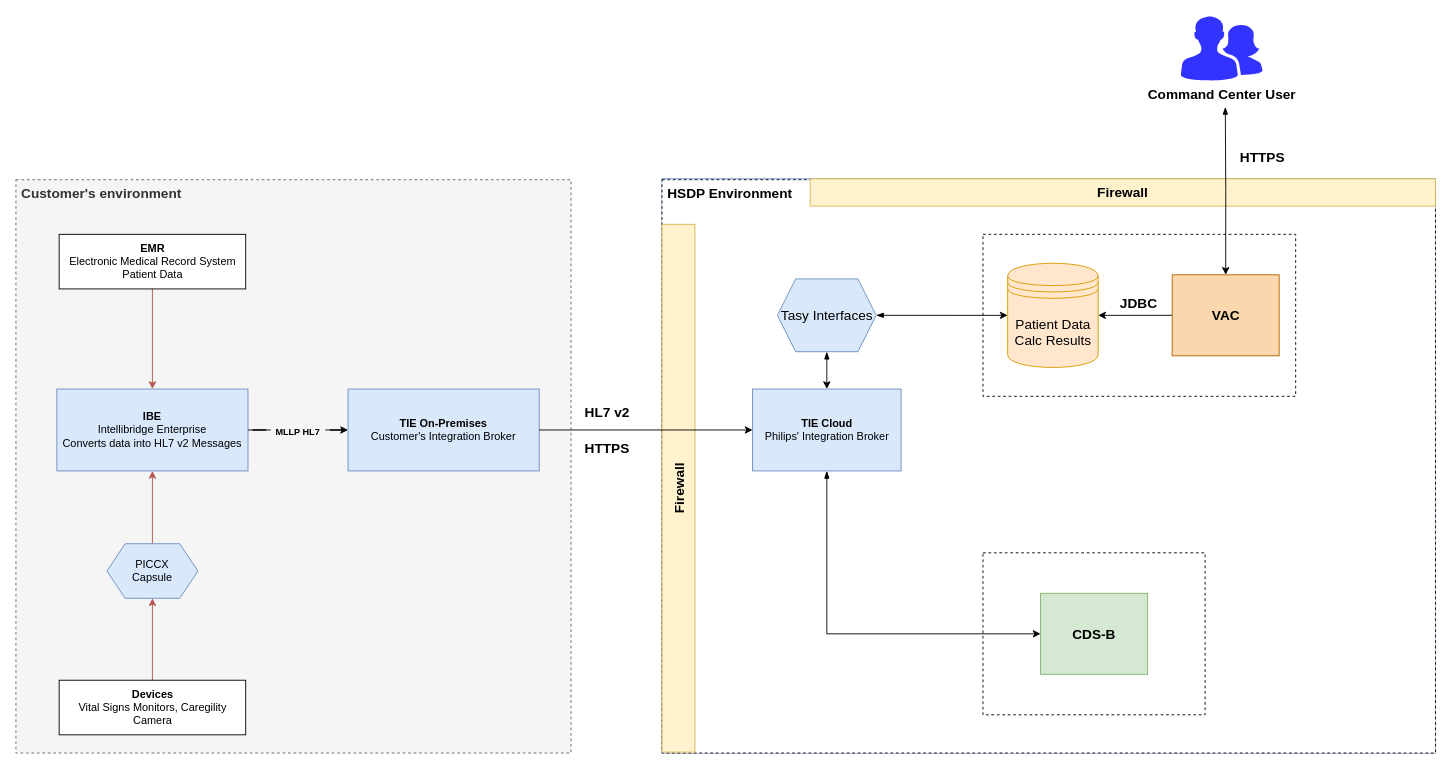
Earlier version of the draw.io diagram VAC_Data_Flow.drawio (ez-philips/draw_io_diagrams). Source tidied: cells renumbered, new cells numbered last; positions are measured from the earlier drawing's top-left corner, leaving out a move shared by most shapes. Both pictures are drawn from the tidied source at 91%, with x=0, y=0 at pixel (15, 15).
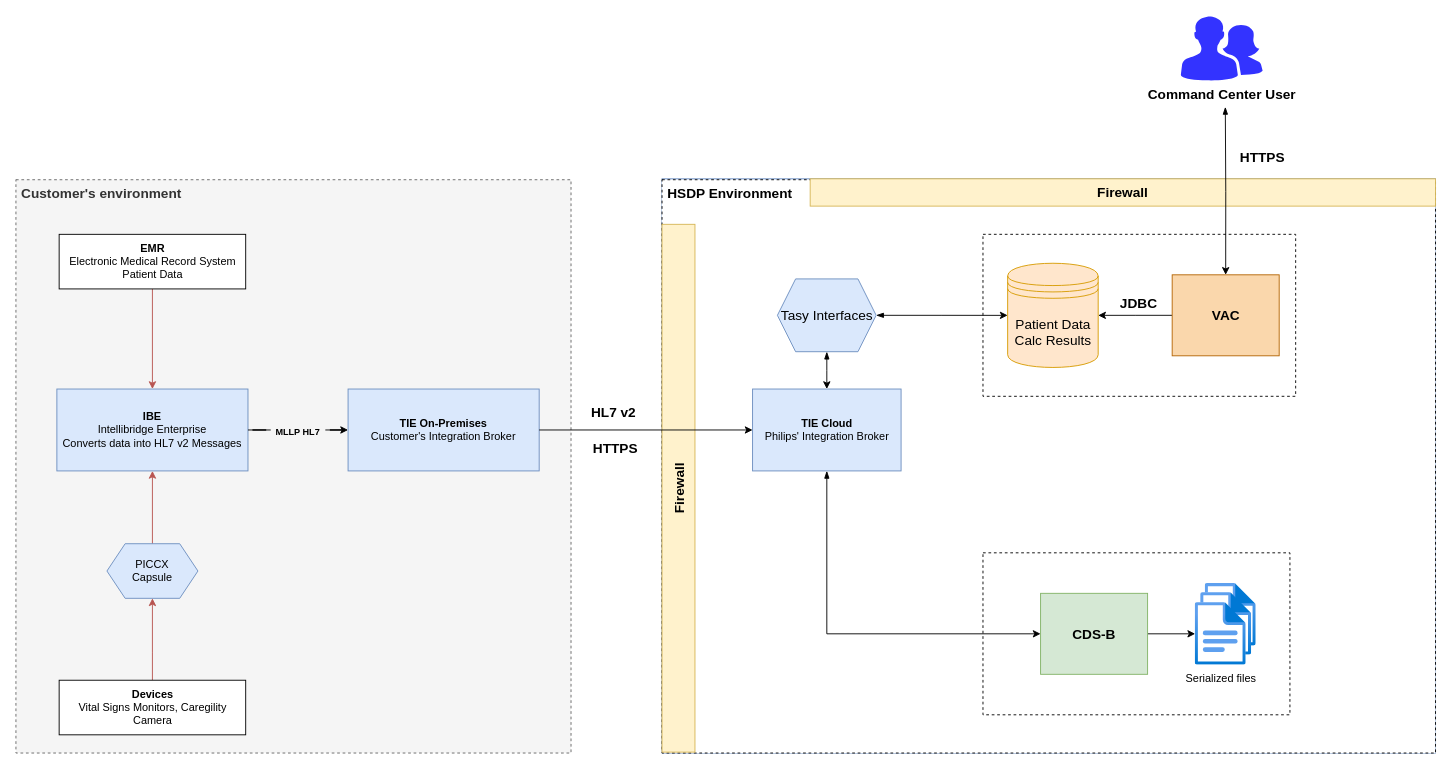
Above is the later version.

Unchanged cells that the change refers to:
```xml
<mxCell id="14" style="group;fillColor=#dae8fc;strokeColor=#6c8ebf;" parent="1" vertex="1">
  <mxGeometry x="710" y="179" width="850" height="631" as="geometry" />
</mxCell>
<mxCell id="25" value="&lt;b&gt;CDS-B&lt;/b&gt;" style="rounded=0;whiteSpace=wrap;html=1;fontSize=15;fillColor=#d5e8d4;strokeColor=#82b366;" parent="14" vertex="1">
  <mxGeometry x="416" y="455.5" width="117.6" height="89" as="geometry" />
</mxCell>
```

The edit, as a diff of the source:
```diff
@@
     <mxCell id="24" style="rounded=0;whiteSpace=wrap;html=1;fontSize=15;fontColor=#000000;dashed=1;" parent="14" vertex="1">
-      <mxGeometry x="352.7" y="411" width="244.1" height="178" as="geometry" />
+      <mxGeometry x="352.7" y="411" width="337.3" height="178" as="geometry" />
     </mxCell>
+    <mxCell id="36" style="edgeStyle=orthogonalEdgeStyle;rounded=0;jettySize=auto;html=1;exitX=1;exitY=0.5;exitDx=0;exitDy=0;" parent="14" edge="1" source="25" target="40">
+      <mxGeometry relative="1" as="geometry" />
+    </mxCell>
@@
+    <mxCell id="37" style="group;" parent="14" vertex="1">
+      <mxGeometry x="585.9" y="444.5" width="67" height="90" as="geometry" />
+    </mxCell>
+    <mxCell id="38" style="html=1;align=center;image;fontSize=12;image=img/lib/azure2/general/File.svg;fillColor=#3333FF;" parent="37" vertex="1">
+      <mxGeometry x="11" width="56" height="69" as="geometry" />
+    </mxCell>
+    <mxCell id="39" style="html=1;align=center;image;fontSize=12;image=img/lib/azure2/general/File.svg;fillColor=#3333FF;" parent="37" vertex="1">
+      <mxGeometry x="6" y="10" width="56" height="69" as="geometry" />
+    </mxCell>
+    <mxCell id="40" value="Serialized files" style="html=1;points=[];align=center;image;fontSize=12;image=img/lib/azure2/general/File.svg;fillColor=#3333FF;" parent="37" vertex="1">
+      <mxGeometry y="21" width="56" height="69" as="geometry" />
+    </mxCell>
@@
     <mxCell id="31" value="&lt;b&gt;HL7 v2&lt;/b&gt;" style="text;html=1;strokeColor=none;fillColor=none;align=center;verticalAlign=middle;whiteSpace=wrap;rounded=0;fontSize=15;fontColor=#000000;" parent="1" vertex="1">
-      <mxGeometry x="620" y="420" width="60" height="30" as="geometry" />
+      <mxGeometry x="627" y="420" width="60" height="30" as="geometry" />
     </mxCell>
     <mxCell id="32" value="&lt;b&gt;HTTPS&lt;/b&gt;" style="text;html=1;strokeColor=none;fillColor=none;align=center;verticalAlign=middle;whiteSpace=wrap;rounded=0;fontSize=15;fontColor=#000000;" parent="1" vertex="1">
-      <mxGeometry x="620" y="460" width="60" height="30" as="geometry" />
+      <mxGeometry x="629" y="460" width="60" height="30" as="geometry" />
     </mxCell>
```
